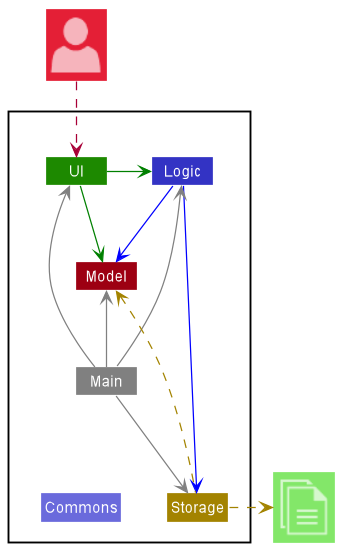
Earlier version of the PlantUML export docs/images/ArchitectureDiagram.png (nus-cs2103-AY2122S1/tp).
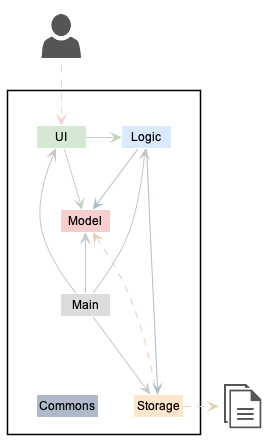
After the change.

The edit, as a diff of the source:
```diff
@@ -9,25 +9,25 @@
     Class Logic LOGIC_COLOR
     Class Storage STORAGE_COLOR
     Class Model MODEL_COLOR
-    Class Main #grey
+    Class Main #dcdcdc
     Class Commons LOGIC_COLOR_T2
 }
 
-Class "<$user>" as User MODEL_COLOR_T2
-Class "<$documents>" as File UI_COLOR_T1
+Class "<$user>" as User #FFFFFF
+Class "<$documents>" as File #FFFFFF
 
 
-UI -[#green]> Logic
-UI -right[#green]-> Model
-Logic -[#blue]-> Storage
-Logic -down[#blue]-> Model
-Main -[#grey]-> UI
-Main -[#grey]-> Logic
-Main -[#grey]-> Storage
-Main -up[#grey]-> Model
+UI -[UI_COLOR_T1]> Logic
+UI -right[UI_COLOR_T1]-> Model
+Logic -[LOGIC_COLOR_T1]-> Storage
+Logic -down[LOGIC_COLOR_T1]-> Model
+Main -[MAIN_COLOR_T1]-> UI
+Main -[MAIN_COLOR_T1]-> Logic
+Main -[MAIN_COLOR_T1]-> Storage
+Main -up[MAIN_COLOR_T1]-> Model
 Main -down[hidden]-> Commons
 
-Storage -up[STORAGE_COLOR].> Model
-Storage .right[STORAGE_COLOR].>File
-User ..> UI
+Storage -up[STORAGE_COLOR_T1].> Model
+Storage .right[STORAGE_COLOR_T1].>File
+User .down[MODEL_COLOR].> UI
 @enduml
```
